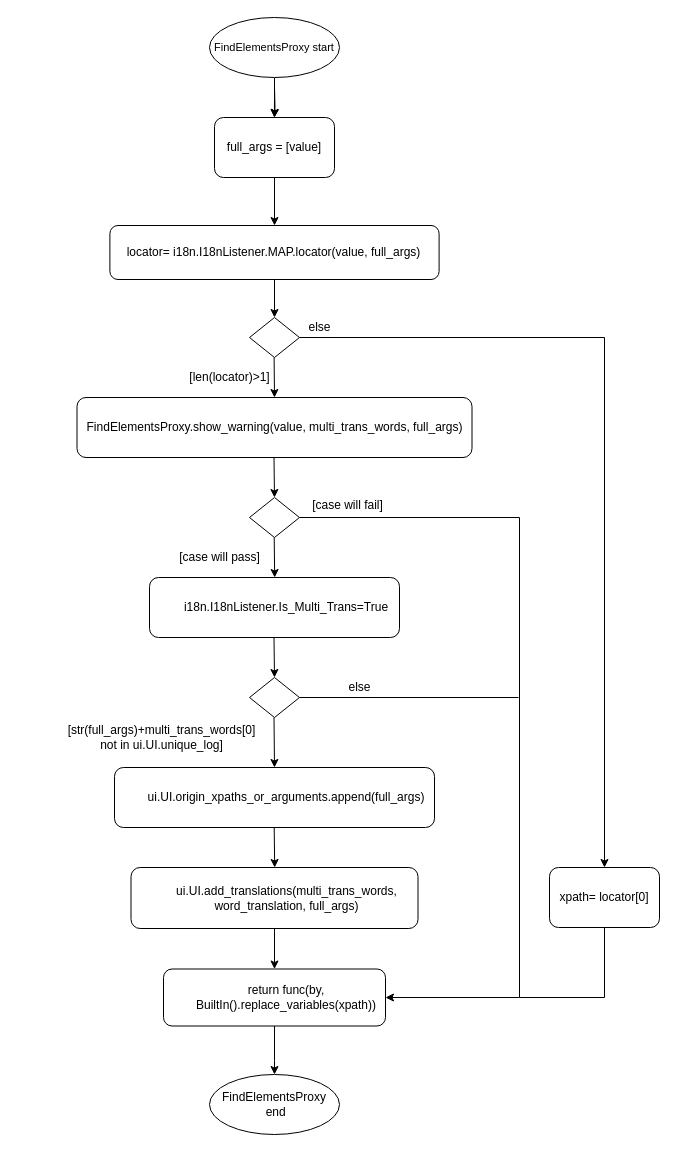
The draw.io diagram page "FindElementsProxy" (1 of 2) of UML/i18n flow chart.drawio in Rexmen/i18n, before the edit. Source tidied: cells renumbered, new cells numbered last; positions are measured from the earlier drawing's top-left corner, leaving out a move shared by most shapes. Both pictures are drawn from the tidied source at 100%, with x=0, y=0 at pixel (38, 17).
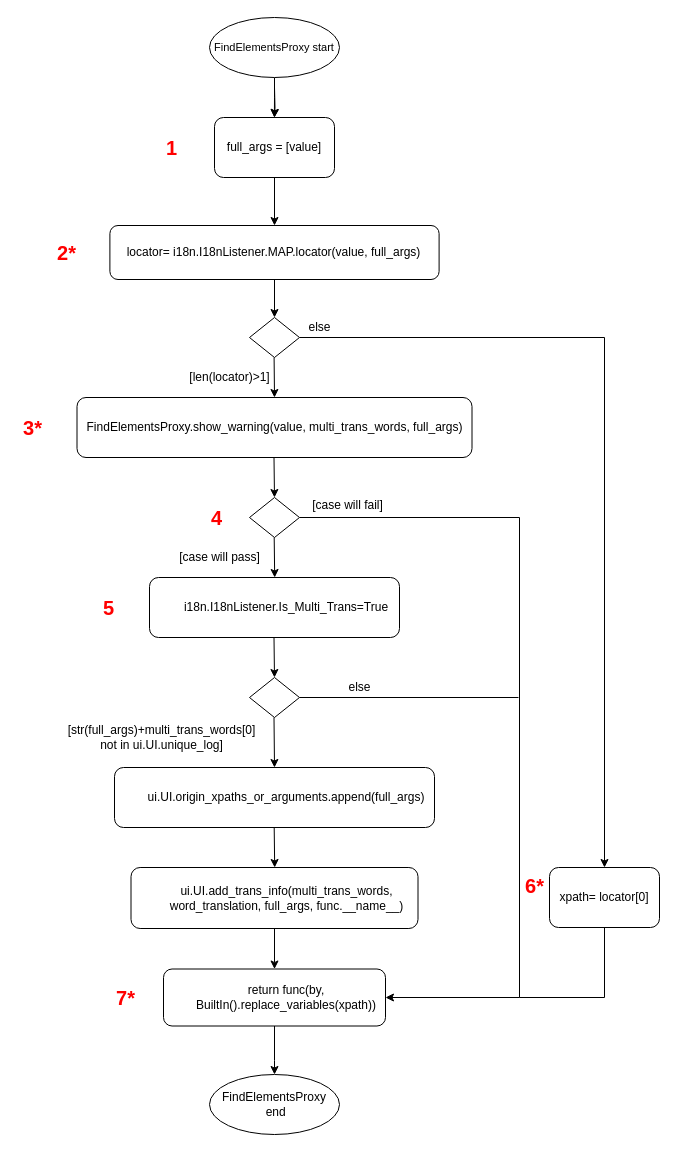
Above is the later version.

What changed in the source:
```diff
@@
-    <mxCell id="21" value="&lt;p class=&quot;MsoListParagraph&quot; style=&quot;margin-left: 18.0pt ; text-indent: 0cm&quot;&gt;&lt;span lang=&quot;EN-US&quot;&gt;ui.UI.add_translations(multi_trans_words, word_translation, full_args)&lt;/span&gt;&lt;/p&gt;" style="rounded=1;whiteSpace=wrap;html=1;" parent="1" vertex="1">
+    <mxCell id="21" value="&lt;p class=&quot;MsoListParagraph&quot; style=&quot;margin-left: 18.0pt ; text-indent: 0cm&quot;&gt;&lt;span lang=&quot;EN-US&quot;&gt;ui.UI.add_trans_info(multi_trans_words, word_translation, full_args, func.__name__)&lt;/span&gt;&lt;/p&gt;" style="rounded=1;whiteSpace=wrap;html=1;" parent="1" vertex="1">
       <mxGeometry x="92.5" y="850" width="287" height="61" as="geometry" />
     </mxCell>
@@
+    <mxCell id="37" value="&lt;b style=&quot;color: rgb(255 , 0 , 0) ; font-size: 20px&quot;&gt;1&lt;/b&gt;" style="text;html=1;align=center;verticalAlign=middle;strokeColor=none;" parent="1" vertex="1">
+      <mxGeometry x="122" y="120" width="21" height="20" as="geometry" />
+    </mxCell>
+    <mxCell id="38" value="&lt;b style=&quot;color: rgb(255 , 0 , 0) ; font-size: 20px&quot;&gt;3*&lt;/b&gt;" style="text;html=1;align=center;verticalAlign=middle;strokeColor=none;" parent="1" vertex="1">
+      <mxGeometry x="-21" y="400" width="29" height="20" as="geometry" />
+    </mxCell>
+    <mxCell id="39" value="&lt;font color=&quot;#ff0000&quot;&gt;&lt;span style=&quot;font-size: 20px&quot;&gt;&lt;b&gt;2*&lt;/b&gt;&lt;/span&gt;&lt;/font&gt;" style="text;html=1;align=center;verticalAlign=middle;strokeColor=none;" parent="1" vertex="1">
+      <mxGeometry x="13.5" y="225" width="29" height="20" as="geometry" />
+    </mxCell>
+    <mxCell id="40" value="&lt;b style=&quot;color: rgb(255 , 0 , 0) ; font-size: 20px&quot;&gt;5&lt;/b&gt;" style="text;html=1;align=center;verticalAlign=middle;strokeColor=none;" parent="1" vertex="1">
+      <mxGeometry x="59" y="580" width="21" height="20" as="geometry" />
+    </mxCell>
+    <mxCell id="41" value="&lt;b style=&quot;color: rgb(255 , 0 , 0) ; font-size: 20px&quot;&gt;4&lt;/b&gt;" style="text;html=1;align=center;verticalAlign=middle;strokeColor=none;" parent="1" vertex="1">
+      <mxGeometry x="167" y="490" width="21" height="20" as="geometry" />
+    </mxCell>
+    <mxCell id="42" value="&lt;b style=&quot;color: rgb(255 , 0 , 0) ; font-size: 20px&quot;&gt;7*&lt;/b&gt;" style="text;html=1;align=center;verticalAlign=middle;strokeColor=none;" parent="1" vertex="1">
+      <mxGeometry x="72" y="970" width="29" height="20" as="geometry" />
+    </mxCell>
+    <mxCell id="43" value="&lt;b style=&quot;color: rgb(255 , 0 , 0) ; font-size: 20px&quot;&gt;6*&lt;/b&gt;" style="text;html=1;align=center;verticalAlign=middle;strokeColor=none;" parent="1" vertex="1">
+      <mxGeometry x="481" y="858" width="29" height="20" as="geometry" />
+    </mxCell>
```
